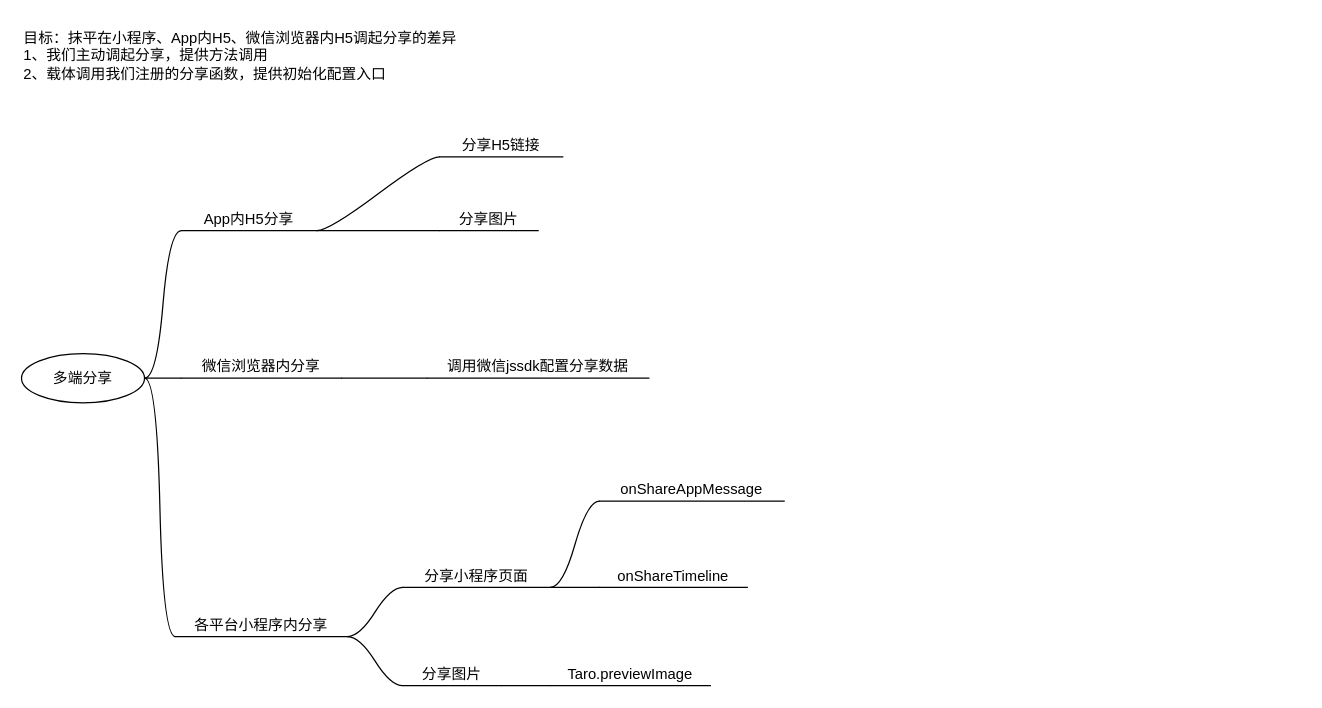
Rainbow-556/TechProposal keeps this draw.io diagram as share.drawio. Above is the earlier version. Source tidied: cells renumbered, new cells numbered last; positions are measured from the earlier drawing's top-left corner, leaving out a move shared by most shapes. Both pictures are drawn from the tidied source at 123%, with x=0, y=0 at pixel (21, 21).
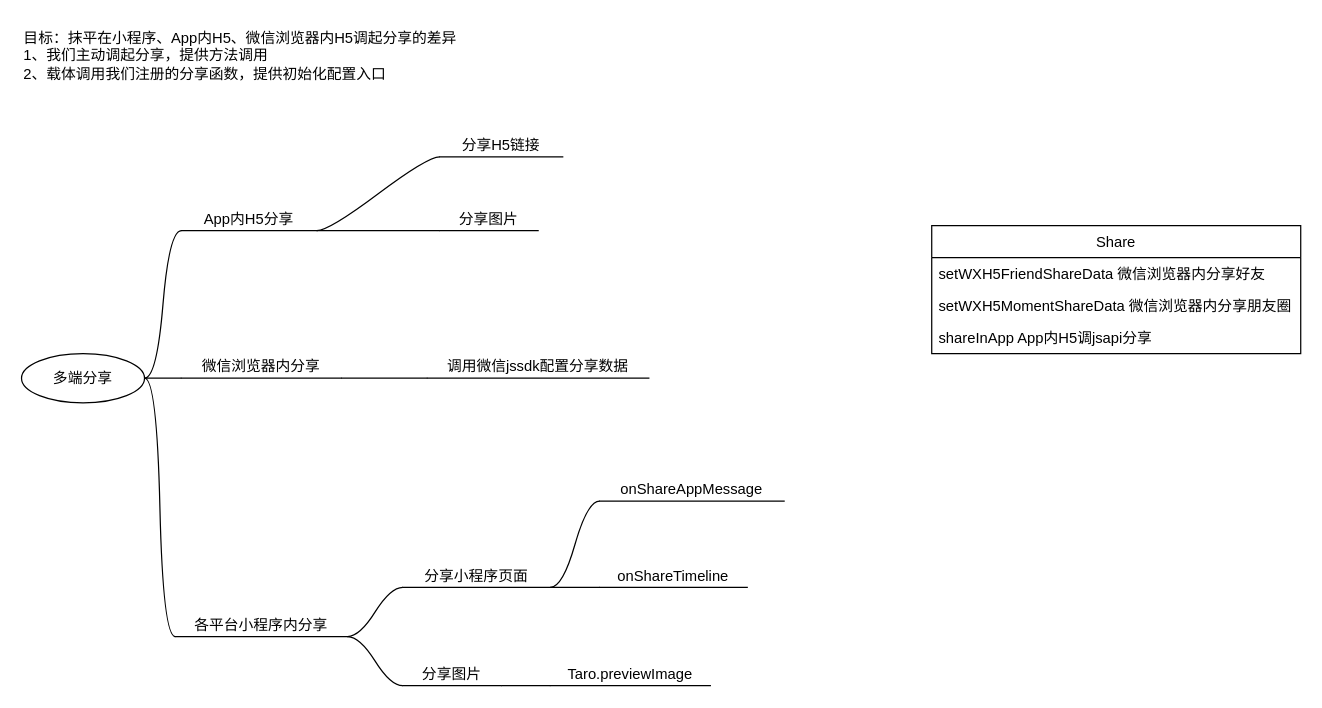
Above is the later version.

The edit, as a diff of the source:
```diff
@@
+    <mxCell id="26" value="Share" style="swimlane;fontStyle=0;horizontal=1;startSize=26;fillColor=none;" parent="1" vertex="1">
+      <mxGeometry x="740" y="166" width="300" height="104" as="geometry" />
+    </mxCell>
+    <mxCell id="27" value="setWXH5FriendShareData 微信浏览器内分享好友" style="text;strokeColor=none;fillColor=none;align=left;verticalAlign=top;spacingLeft=4;spacingRight=4;overflow=hidden;" parent="26" vertex="1">
+      <mxGeometry y="26" width="300" height="26" as="geometry" />
+    </mxCell>
+    <mxCell id="28" value="setWXH5MomentShareData 微信浏览器内分享朋友圈" style="text;strokeColor=none;fillColor=none;align=left;verticalAlign=top;spacingLeft=4;spacingRight=4;overflow=hidden;" parent="26" vertex="1">
+      <mxGeometry y="52" width="300" height="26" as="geometry" />
+    </mxCell>
+    <mxCell id="29" value="shareInApp App内H5调jsapi分享" style="text;strokeColor=none;fillColor=none;align=left;verticalAlign=top;spacingLeft=4;spacingRight=4;overflow=hidden;" parent="26" vertex="1">
+      <mxGeometry y="78" width="300" height="26" as="geometry" />
+    </mxCell>
```
